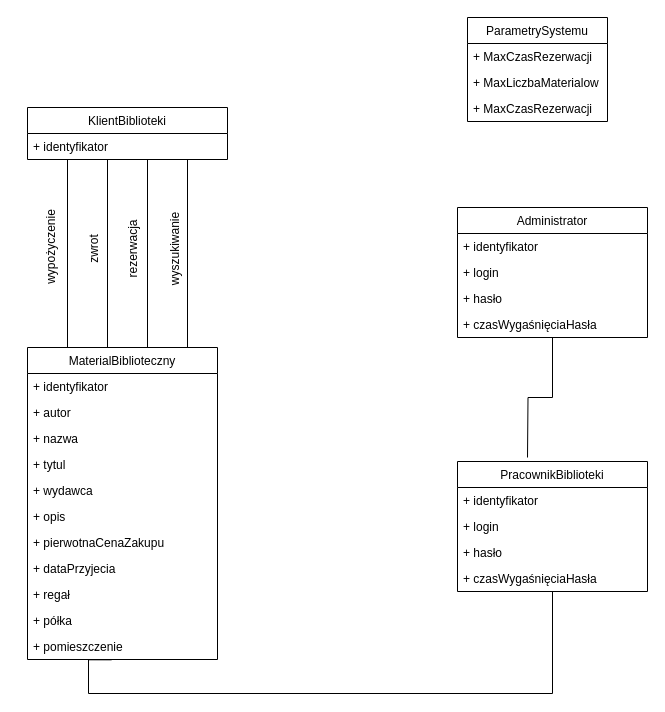
The draw.io diagram Class diagram.drawio in mrogur/inz_opr, before the edit. Source tidied: cells renumbered, new cells numbered last; positions are measured from the earlier drawing's top-left corner, leaving out a move shared by most shapes. Both pictures are drawn from the tidied source at 100%, with x=0, y=0 at pixel (6, 17).
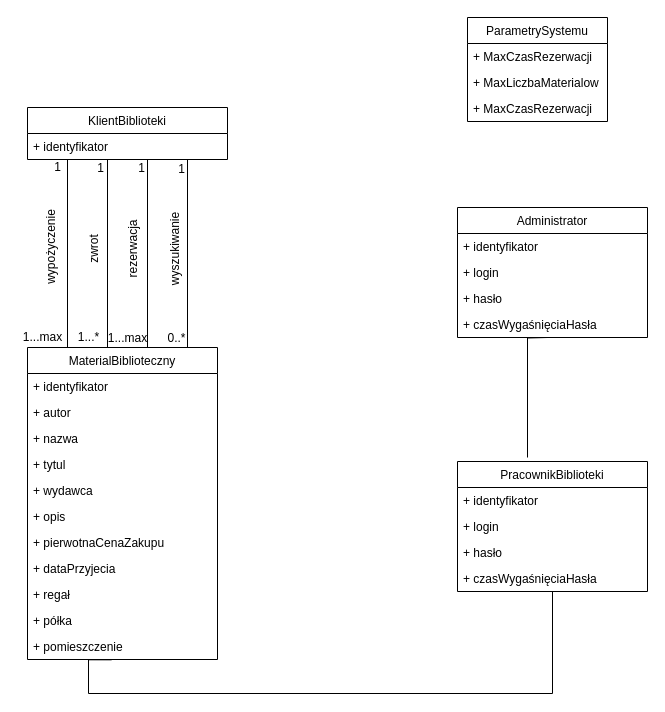
The same page after the edit.

Unchanged cells that the change refers to:
```xml
<mxCell id="3" value="Administrator" style="swimlane;fontStyle=0;horizontal=1;startSize=26;fillColor=none;" parent="1" vertex="1">
  <mxGeometry x="451" y="190" width="190" height="130" as="geometry" />
</mxCell>
```

Change to the diagram source:
```diff
@@
-    <mxCell id="2" style="edgeStyle=orthogonalEdgeStyle;rounded=0;jettySize=auto;html=1;endArrow=none;endFill=0;" parent="1" edge="1" source="3">
+    <mxCell id="2" style="edgeStyle=orthogonalEdgeStyle;rounded=0;orthogonalLoop=1;jettySize=auto;html=1;endArrow=none;endFill=0;" parent="1" edge="1">
       <mxGeometry relative="1" as="geometry">
+        <mxPoint x="541" y="320" as="sourcePoint" />
         <mxPoint x="521" y="440" as="targetPoint" />
       </mxGeometry>
     </mxCell>
@@
+    <mxCell id="38" value="1" style="text;html=1;align=center;verticalAlign=middle;strokeColor=none;fillColor=none;" parent="1" vertex="1">
+      <mxGeometry x="41" y="140" width="20" height="20" as="geometry" />
+    </mxCell>
+    <mxCell id="39" value="1" style="text;html=1;align=center;verticalAlign=middle;strokeColor=none;fillColor=none;" parent="1" vertex="1">
+      <mxGeometry x="84" y="141" width="20" height="20" as="geometry" />
+    </mxCell>
+    <mxCell id="40" value="1" style="text;html=1;align=center;verticalAlign=middle;strokeColor=none;fillColor=none;" parent="1" vertex="1">
+      <mxGeometry x="125" y="141" width="20" height="20" as="geometry" />
+    </mxCell>
+    <mxCell id="41" value="1" style="text;html=1;align=center;verticalAlign=middle;strokeColor=none;fillColor=none;" parent="1" vertex="1">
+      <mxGeometry x="165" y="142" width="20" height="20" as="geometry" />
+    </mxCell>
+    <mxCell id="42" value="1...max" style="text;html=1;align=center;verticalAlign=middle;strokeColor=none;fillColor=none;" parent="1" vertex="1">
+      <mxGeometry x="11" y="310" width="50" height="20" as="geometry" />
+    </mxCell>
+    <mxCell id="43" value="1...*" style="text;html=1;align=center;verticalAlign=middle;strokeColor=none;fillColor=none;" parent="1" vertex="1">
+      <mxGeometry x="62" y="310" width="40" height="20" as="geometry" />
+    </mxCell>
+    <mxCell id="44" value="1...max" style="text;html=1;align=center;verticalAlign=middle;strokeColor=none;fillColor=none;" parent="1" vertex="1">
+      <mxGeometry x="96" y="311" width="50" height="20" as="geometry" />
+    </mxCell>
+    <mxCell id="45" value="0..*" style="text;html=1;align=center;verticalAlign=middle;strokeColor=none;fillColor=none;" parent="1" vertex="1">
+      <mxGeometry x="155" y="311" width="30" height="20" as="geometry" />
+    </mxCell>
```
